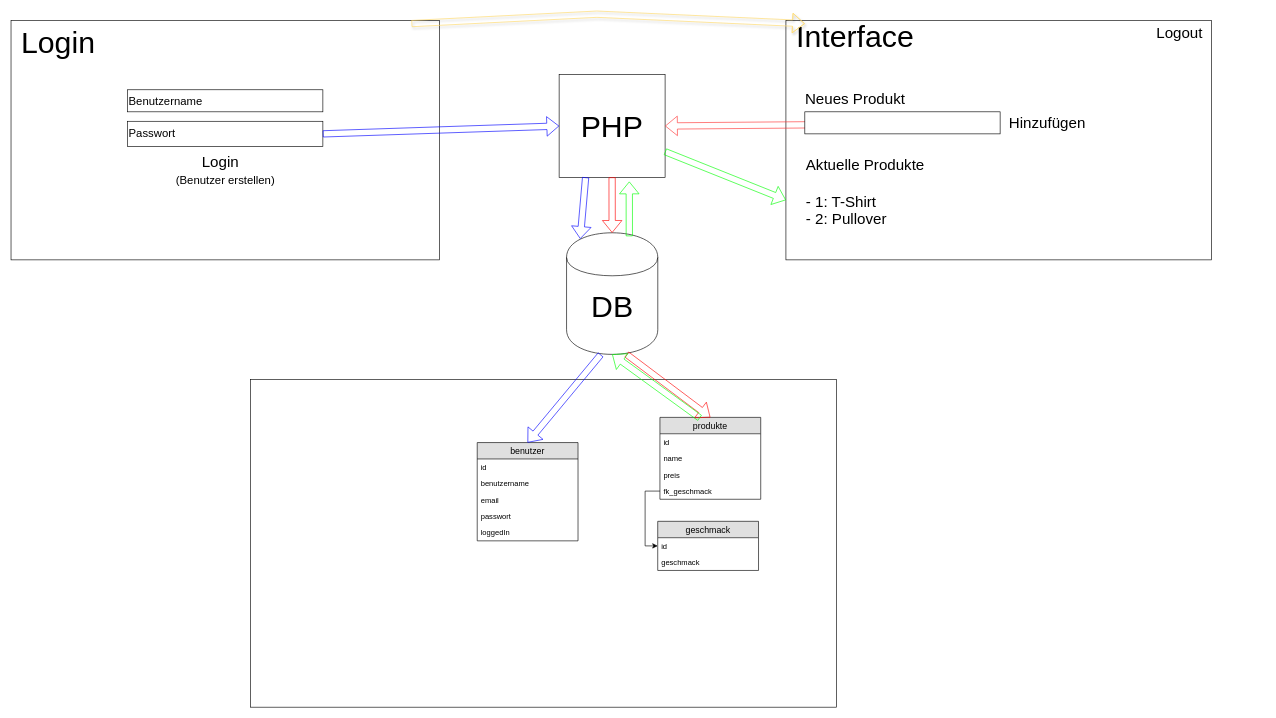
This is la3/LA3_Architektur.drawio from sandrolenz/M133-Webshop, a draw.io file, before an edit. Source tidied: cells renumbered, new cells numbered last; positions are measured from the earlier drawing's top-left corner, leaving out a move shared by most shapes. Both pictures are drawn from the tidied source at 63%, with x=0, y=0 at pixel (11, 14).
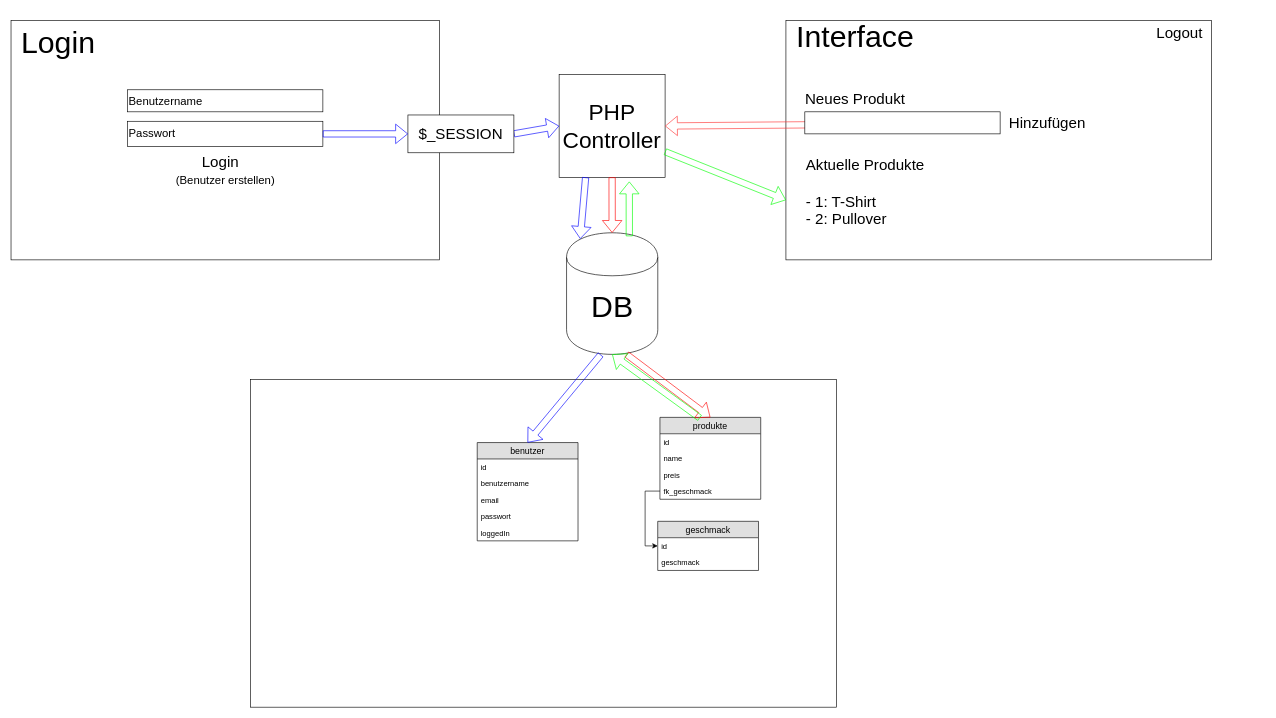
The same diagram, later.

Unchanged cells that the change refers to:
```xml
<mxCell id="25" style="rounded=0;whiteSpace=wrap;html=1;" parent="1" vertex="1">
  <mxGeometry y="10" width="680" height="380" as="geometry" />
</mxCell>
<mxCell id="28" value="&lt;font style=&quot;font-size: 18px&quot;&gt;Passwort&lt;/font&gt;" style="rounded=0;whiteSpace=wrap;html=1;align=left;" parent="1" vertex="1">
  <mxGeometry x="185" y="170" width="310" height="40" as="geometry" />
</mxCell>
```

Diff of the diagram source:
```diff
@@
-    <mxCell id="5" value="&lt;font style=&quot;font-size: 48px&quot;&gt;PHP&lt;/font&gt;" style="rounded=0;whiteSpace=wrap;html=1;" parent="1" vertex="1">
+    <mxCell id="5" value="&lt;font&gt;&lt;font style=&quot;font-size: 36px&quot;&gt;PHP&lt;br&gt;Controller&lt;/font&gt;&lt;br&gt;&lt;/font&gt;" style="rounded=0;whiteSpace=wrap;html=1;" parent="1" vertex="1">
       <mxGeometry x="870" y="96" width="168.2" height="163" as="geometry" />
     </mxCell>
@@
-    <mxCell id="40" style="shape=flexArrow;endArrow=classic;html=1;strokeColor=#FFD966;shadow=1;exitX=0.935;exitY=0.013;exitDx=0;exitDy=0;exitPerimeter=0;" parent="1" edge="1" source="25">
-      <mxGeometry relative="1" as="geometry">
-        <mxPoint x="1260" y="15" as="targetPoint" />
-        <Array as="points">
-          <mxPoint x="930" />
-        </Array>
-      </mxGeometry>
-    </mxCell>
-    <mxCell id="41" style="shape=flexArrow;endArrow=classic;html=1;entryX=0;entryY=0.5;entryDx=0;entryDy=0;strokeColor=#0000FF;exitX=1;exitY=0.5;exitDx=0;exitDy=0;" parent="1" edge="1" source="28" target="5">
+    <mxCell id="41" style="shape=flexArrow;endArrow=classic;html=1;entryX=0;entryY=0.5;entryDx=0;entryDy=0;strokeColor=#0000FF;exitX=1;exitY=0.5;exitDx=0;exitDy=0;" parent="1" edge="1" source="43" target="5">
       <mxGeometry relative="1" as="geometry" />
     </mxCell>
@@
+    <mxCell id="43" value="&lt;font style=&quot;font-size: 24px&quot;&gt;$_SESSION&lt;/font&gt;" style="rounded=0;whiteSpace=wrap;html=1;" parent="1" vertex="1">
+      <mxGeometry x="630" y="160" width="168.2" height="60" as="geometry" />
+    </mxCell>
+    <mxCell id="44" style="shape=flexArrow;endArrow=classic;html=1;entryX=0;entryY=0.5;entryDx=0;entryDy=0;strokeColor=#0000FF;exitX=1;exitY=0.5;exitDx=0;exitDy=0;" parent="1" edge="1" source="28" target="43">
+      <mxGeometry relative="1" as="geometry" />
+    </mxCell>
```
